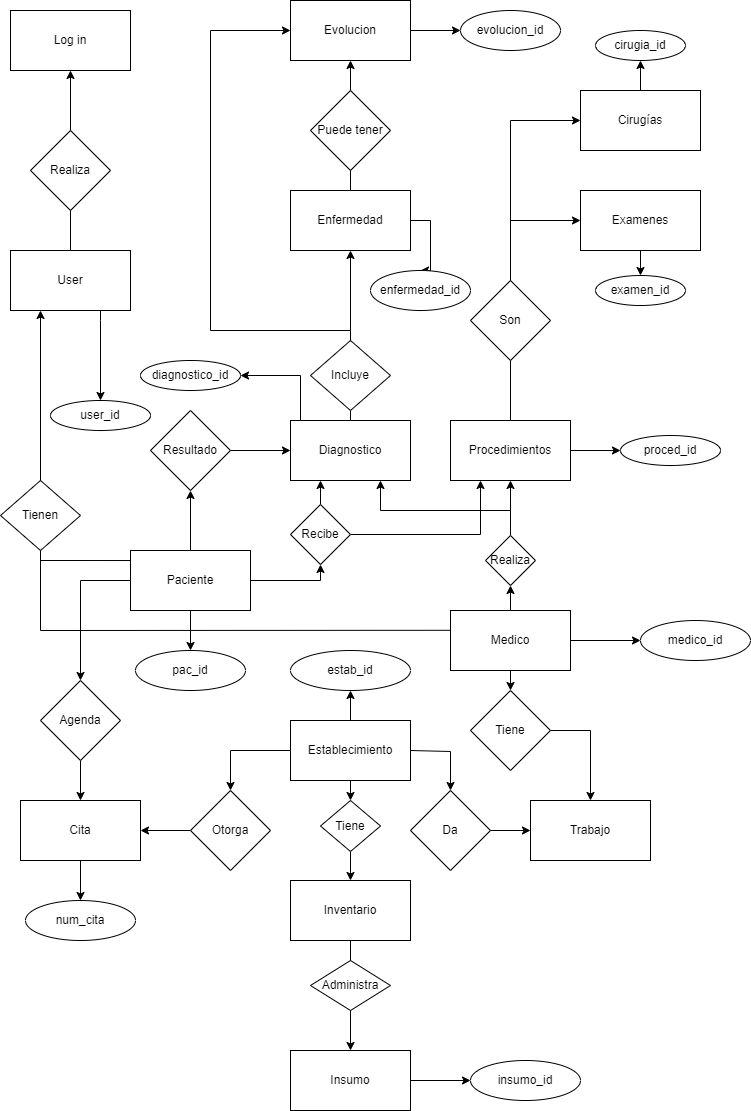
Before: Proyecto2.png, a diagram exported from draw.io (CristopherBarrios/-Proyecto2-DesarrolloYConsultaDeBaseDeDatos-BaseDeDatos1). Source tidied: cells renumbered, new cells last; positions are measured from the earlier drawing's top-left corner, leaving out a move shared by most shapes.
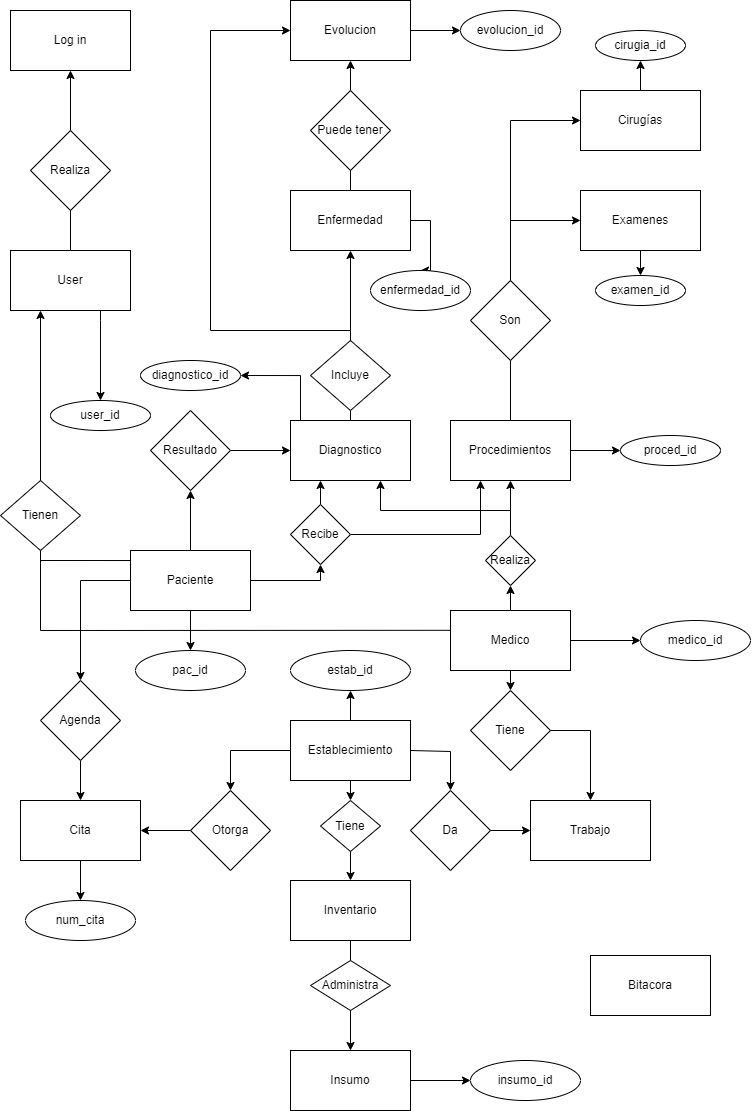
After the commit.

Change to the diagram source:
```diff
@@ -313,5 +313,8 @@
     <mxCell id="86" value="user_id" style="ellipse;whiteSpace=wrap;html=1;" parent="1" vertex="1">
       <mxGeometry x="50" y="400" width="100" height="30" as="geometry" />
     </mxCell>
+    <mxCell id="87" value="Bitacora" style="rounded=0;whiteSpace=wrap;html=1;" parent="1" vertex="1">
+      <mxGeometry x="590" y="955" width="120" height="60" as="geometry" />
+    </mxCell>
   </root>
 </mxGraphModel>
```
